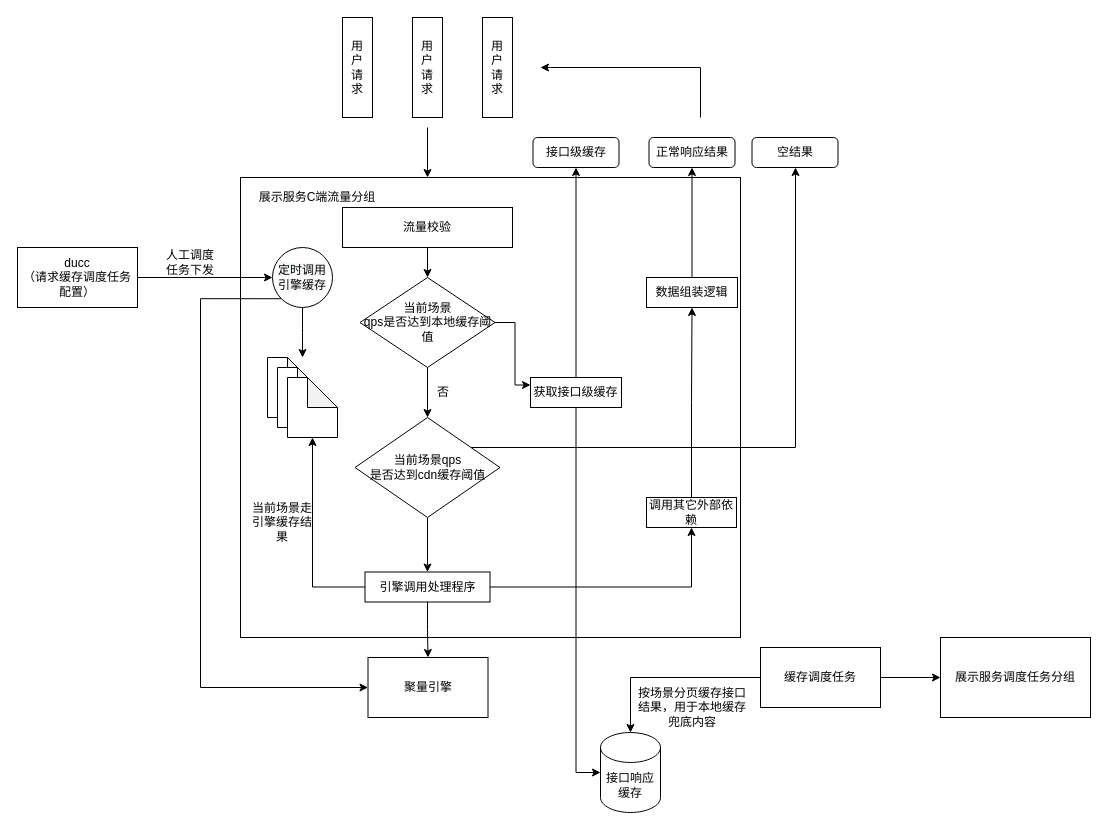
Earlier version of the draw.io diagram 流量防控2.0.drawio (BlankKelly/diagrams). Source tidied: cells renumbered, new cells numbered last; positions are measured from the earlier drawing's top-left corner, leaving out a move shared by most shapes. Both pictures are drawn from the tidied source at 100%, with x=0, y=0 at pixel (17, 17).
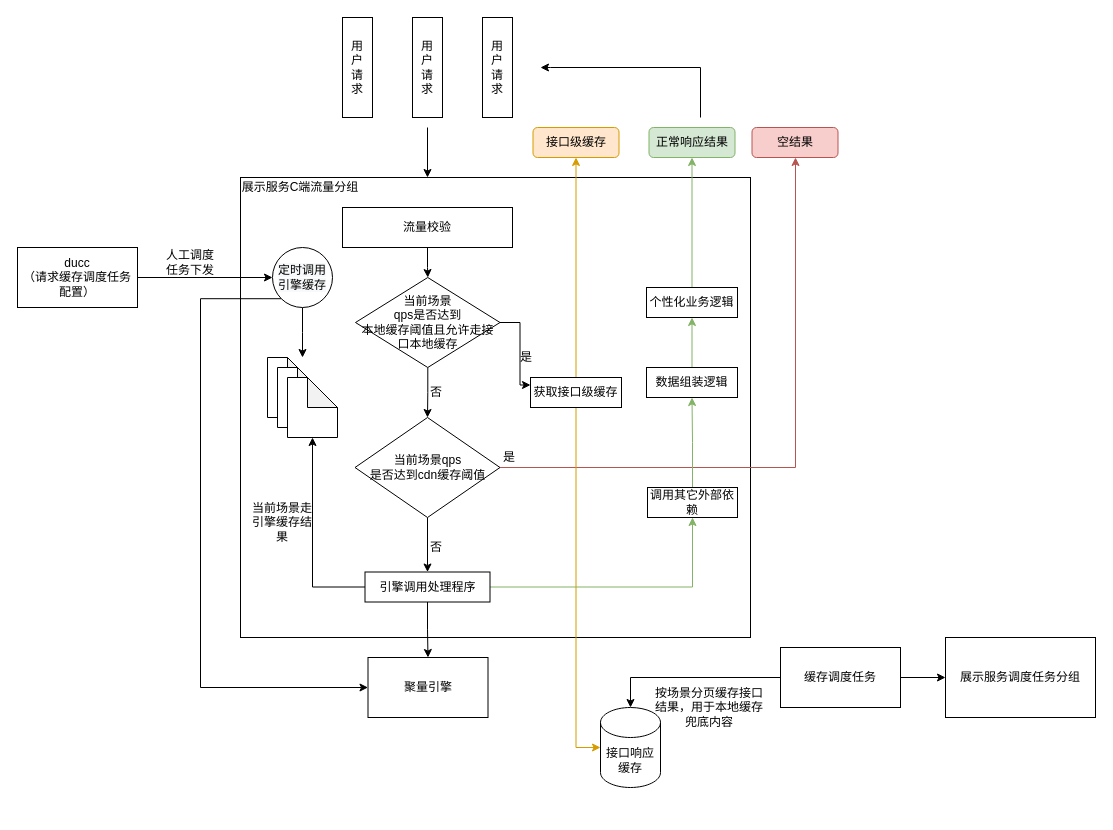
The same diagram, later.

Commit message (it also covers changes not shown here):
更新流量防控2.0.drawio

Unchanged cells that the change refers to:
```xml
<mxCell id="22" value="当前场景qps&lt;br&gt;是否达到cdn缓存阈值" style="rhombus;whiteSpace=wrap;html=1;" parent="1" vertex="1">
  <mxGeometry x="337.5" y="400" width="145" height="100" as="geometry" />
</mxCell>
<mxCell id="37" value="引擎调用处理程序" style="rounded=0;whiteSpace=wrap;html=1;" parent="1" vertex="1">
  <mxGeometry x="347.5" y="554.5" width="125" height="30" as="geometry" />
</mxCell>
<mxCell id="47" value="获取接口级缓存" style="rounded=0;whiteSpace=wrap;html=1;" parent="1" vertex="1">
  <mxGeometry x="513" y="360" width="91" height="30" as="geometry" />
</mxCell>
```

What changed in the source:
```diff
@@
     <mxCell id="2" style="rounded=0;whiteSpace=wrap;html=1;" parent="1" vertex="1">
-      <mxGeometry x="223" y="160" width="500" height="460" as="geometry" />
+      <mxGeometry x="223" y="160" width="510" height="460" as="geometry" />
     </mxCell>
@@
     <mxCell id="7" value="缓存调度任务" style="rounded=0;whiteSpace=wrap;html=1;" parent="1" vertex="1">
-      <mxGeometry x="743" y="630" width="120" height="60" as="geometry" />
+      <mxGeometry x="763" y="630" width="120" height="60" as="geometry" />
     </mxCell>
     <mxCell id="8" value="展示服务C端流量分组" style="text;html=1;strokeColor=none;fillColor=none;align=center;verticalAlign=middle;whiteSpace=wrap;rounded=0;" parent="1" vertex="1">
-      <mxGeometry x="240" y="170" width="120" height="20" as="geometry" />
+      <mxGeometry x="222.5" y="160" width="120" height="20" as="geometry" />
     </mxCell>
     <mxCell id="9" style="rounded=0;whiteSpace=wrap;html=1;" parent="1" vertex="1">
-      <mxGeometry x="923" y="620" width="150" height="80" as="geometry" />
+      <mxGeometry x="928" y="620" width="150" height="80" as="geometry" />
     </mxCell>
     <mxCell id="10" value="接口响应缓存" style="shape=cylinder3;whiteSpace=wrap;html=1;boundedLbl=1;backgroundOutline=1;size=15;" parent="1" vertex="1">
-      <mxGeometry x="583" y="715" width="60" height="80" as="geometry" />
+      <mxGeometry x="583" y="690" width="60" height="80" as="geometry" />
     </mxCell>
     <mxCell id="11" value="展示服务调度任务分组" style="text;html=1;strokeColor=none;fillColor=none;align=center;verticalAlign=middle;whiteSpace=wrap;rounded=0;" parent="1" vertex="1">
-      <mxGeometry x="928" y="655" width="140" height="10" as="geometry" />
+      <mxGeometry x="933" y="655" width="140" height="10" as="geometry" />
     </mxCell>
     <mxCell id="12" value="按场景分页缓存接口结果，用于本地缓存兜底内容" style="text;html=1;strokeColor=none;fillColor=none;align=center;verticalAlign=middle;whiteSpace=wrap;rounded=0;" parent="1" vertex="1">
-      <mxGeometry x="614.5" y="665" width="120" height="50" as="geometry" />
+      <mxGeometry x="631.5" y="665" width="120" height="50" as="geometry" />
     </mxCell>
@@
-    <mxCell id="19" value="当前场景&lt;br&gt;qps是否达到本地缓存阈值" style="rhombus;whiteSpace=wrap;html=1;" parent="1" vertex="1">
-      <mxGeometry x="342.5" y="260" width="135" height="90" as="geometry" />
+    <mxCell id="19" value="当前场景&lt;br&gt;qps是否达到&lt;br&gt;本地缓存阈值且允许走接口本地缓存" style="rhombus;whiteSpace=wrap;html=1;" parent="1" vertex="1">
+      <mxGeometry x="338" y="260" width="144.5" height="90" as="geometry" />
     </mxCell>
-    <mxCell id="20" style="edgeStyle=orthogonalEdgeStyle;rounded=0;jettySize=auto;html=1;" parent="1" edge="1" source="22" target="33">
+    <mxCell id="20" style="edgeStyle=orthogonalEdgeStyle;rounded=0;jettySize=auto;html=1;fillColor=#f8cecc;strokeColor=#b85450;exitX=1;exitY=0.5;exitDx=0;exitDy=0;" parent="1" edge="1" source="22" target="33">
       <mxGeometry relative="1" as="geometry">
         <Array as="points">
-          <mxPoint x="778" y="430" />
+          <mxPoint x="778" y="450" />
         </Array>
       </mxGeometry>
     </mxCell>
@@
     <mxCell id="23" value="否" style="text;html=1;strokeColor=none;fillColor=none;align=center;verticalAlign=middle;whiteSpace=wrap;rounded=0;" parent="1" vertex="1">
-      <mxGeometry x="410" y="365" width="32" height="20" as="geometry" />
+      <mxGeometry x="403" y="365" width="32" height="20" as="geometry" />
     </mxCell>
@@
-    <mxCell id="33" value="空结果" style="rounded=1;whiteSpace=wrap;html=1;" parent="1" vertex="1">
-      <mxGeometry x="734.5" y="120" width="86" height="30" as="geometry" />
+    <mxCell id="33" value="空结果" style="rounded=1;whiteSpace=wrap;html=1;fillColor=#f8cecc;strokeColor=#b85450;" parent="1" vertex="1">
+      <mxGeometry x="734.5" y="110" width="86" height="30" as="geometry" />
     </mxCell>
@@
-    <mxCell id="36" style="edgeStyle=orthogonalEdgeStyle;rounded=0;jettySize=auto;html=1;" parent="1" edge="1" source="37" target="40">
+    <mxCell id="36" style="edgeStyle=orthogonalEdgeStyle;rounded=0;jettySize=auto;html=1;fillColor=#d5e8d4;strokeColor=#82b366;" parent="1" edge="1" source="37" target="40">
       <mxGeometry relative="1" as="geometry" />
     </mxCell>
@@
-    <mxCell id="39" style="edgeStyle=orthogonalEdgeStyle;rounded=0;jettySize=auto;html=1;exitX=0.5;exitY=0;exitDx=0;exitDy=0;entryX=0.5;entryY=1;entryDx=0;entryDy=0;" parent="1" edge="1" source="40" target="42">
+    <mxCell id="39" style="edgeStyle=orthogonalEdgeStyle;rounded=0;jettySize=auto;html=1;exitX=0.5;exitY=0;exitDx=0;exitDy=0;fillColor=#d5e8d4;strokeColor=#82b366;entryX=0.5;entryY=1;entryDx=0;entryDy=0;" parent="1" edge="1" source="40" target="42">
       <mxGeometry relative="1" as="geometry" />
     </mxCell>
     <mxCell id="40" value="调用其它外部依赖" style="rounded=0;whiteSpace=wrap;html=1;" parent="1" vertex="1">
-      <mxGeometry x="629" y="480" width="90" height="30" as="geometry" />
+      <mxGeometry x="630" y="470" width="90" height="30" as="geometry" />
     </mxCell>
-    <mxCell id="41" style="edgeStyle=orthogonalEdgeStyle;rounded=0;jettySize=auto;html=1;entryX=0.5;entryY=1;entryDx=0;entryDy=0;" parent="1" edge="1" source="42" target="43">
+    <mxCell id="41" style="edgeStyle=orthogonalEdgeStyle;rounded=0;jettySize=auto;html=1;entryX=0.5;entryY=1;entryDx=0;entryDy=0;fillColor=#d5e8d4;strokeColor=#82b366;exitX=0.5;exitY=0;exitDx=0;exitDy=0;" parent="1" edge="1" source="53" target="43">
       <mxGeometry relative="1" as="geometry" />
     </mxCell>
-    <mxCell id="42" value="数据组装逻辑" style="rounded=0;whiteSpace=wrap;html=1;" parent="1" vertex="1">
-      <mxGeometry x="629" y="260" width="91" height="30" as="geometry" />
-    </mxCell>
-    <mxCell id="43" value="正常响应结果" style="rounded=1;whiteSpace=wrap;html=1;" parent="1" vertex="1">
-      <mxGeometry x="631.5" y="120" width="86" height="30" as="geometry" />
+    <mxCell id="43" value="正常响应结果" style="rounded=1;whiteSpace=wrap;html=1;fillColor=#d5e8d4;strokeColor=#82b366;" parent="1" vertex="1">
+      <mxGeometry x="631.5" y="110" width="86" height="30" as="geometry" />
     </mxCell>
@@
-    <mxCell id="45" style="edgeStyle=orthogonalEdgeStyle;rounded=0;jettySize=auto;html=1;entryX=0;entryY=0.5;entryDx=0;entryDy=0;entryPerimeter=0;" parent="1" edge="1" source="47" target="10">
+    <mxCell id="45" style="edgeStyle=orthogonalEdgeStyle;rounded=0;jettySize=auto;html=1;entryX=0;entryY=0.5;entryDx=0;entryDy=0;entryPerimeter=0;fillColor=#ffe6cc;strokeColor=#d79b00;" parent="1" edge="1" source="47" target="10">
       <mxGeometry relative="1" as="geometry" />
     </mxCell>
-    <mxCell id="46" style="edgeStyle=orthogonalEdgeStyle;rounded=0;jettySize=auto;html=1;entryX=0.5;entryY=1;entryDx=0;entryDy=0;" parent="1" edge="1" source="47" target="48">
+    <mxCell id="46" style="edgeStyle=orthogonalEdgeStyle;rounded=0;jettySize=auto;html=1;entryX=0.5;entryY=1;entryDx=0;entryDy=0;fillColor=#ffe6cc;strokeColor=#d79b00;" parent="1" edge="1" source="47" target="48">
       <mxGeometry relative="1" as="geometry" />
     </mxCell>
@@
-    <mxCell id="48" value="接口级缓存" style="rounded=1;whiteSpace=wrap;html=1;" parent="1" vertex="1">
-      <mxGeometry x="515.5" y="120" width="86" height="30" as="geometry" />
+    <mxCell id="48" value="接口级缓存" style="rounded=1;whiteSpace=wrap;html=1;fillColor=#ffe6cc;strokeColor=#d79b00;" parent="1" vertex="1">
+      <mxGeometry x="515.5" y="110" width="86" height="30" as="geometry" />
     </mxCell>
@@
+    <mxCell id="50" value="是" style="text;html=1;strokeColor=none;fillColor=none;align=center;verticalAlign=middle;whiteSpace=wrap;rounded=0;" parent="1" vertex="1">
+      <mxGeometry x="495" y="330" width="28" height="20" as="geometry" />
+    </mxCell>
+    <mxCell id="51" value="否" style="text;html=1;strokeColor=none;fillColor=none;align=center;verticalAlign=middle;whiteSpace=wrap;rounded=0;" parent="1" vertex="1">
+      <mxGeometry x="403" y="520" width="32" height="20" as="geometry" />
+    </mxCell>
+    <mxCell id="52" style="edgeStyle=orthogonalEdgeStyle;rounded=0;jettySize=auto;html=1;fillColor=#d5e8d4;strokeColor=#82b366;" parent="1" edge="1" source="42" target="53">
+      <mxGeometry relative="1" as="geometry" />
+    </mxCell>
+    <mxCell id="42" value="数据组装逻辑" style="rounded=0;whiteSpace=wrap;html=1;" parent="1" vertex="1">
+      <mxGeometry x="629" y="350" width="91" height="30" as="geometry" />
+    </mxCell>
+    <mxCell id="53" value="个性化业务逻辑" style="rounded=0;whiteSpace=wrap;html=1;" parent="1" vertex="1">
+      <mxGeometry x="629" y="270" width="91" height="30" as="geometry" />
+    </mxCell>
+    <mxCell id="54" value="是" style="text;html=1;strokeColor=none;fillColor=none;align=center;verticalAlign=middle;whiteSpace=wrap;rounded=0;" parent="1" vertex="1">
+      <mxGeometry x="477.5" y="430" width="28" height="20" as="geometry" />
+    </mxCell>
```
